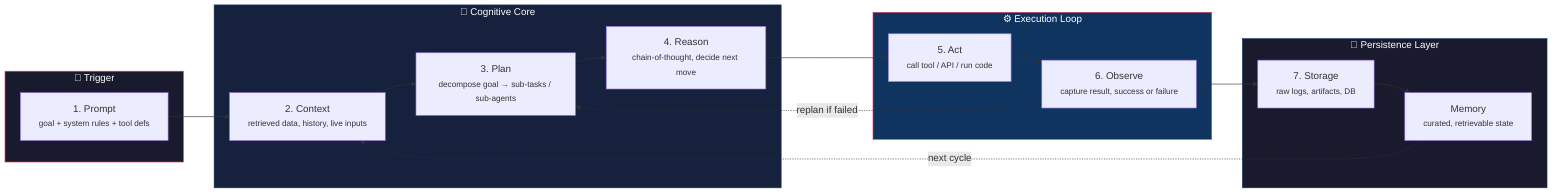
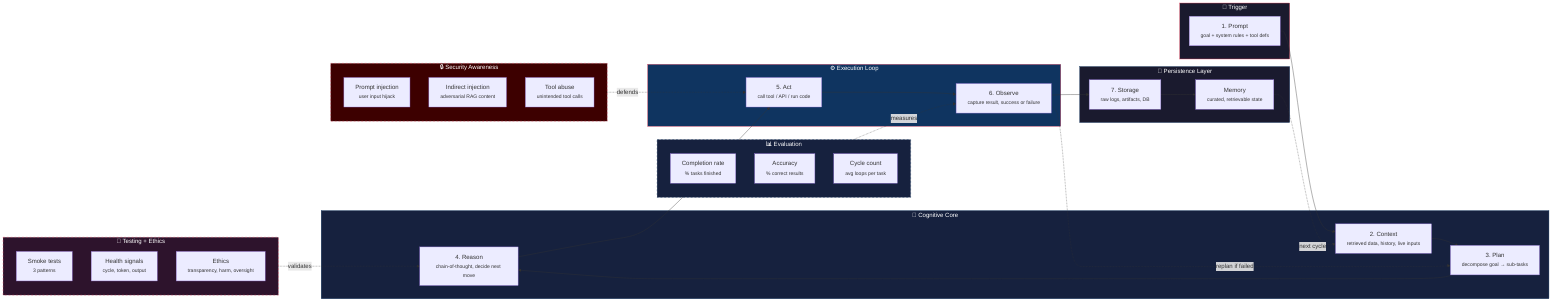
flowchart LR
    subgraph INPUT["🎯 Trigger"]
        A["1. Prompt<br/><small>goal + system rules + tool defs</small>"]
    end

    subgraph COGNITION["🧠 Cognitive Core"]
        B["2. Context<br/><small>retrieved data, history, live inputs</small>"]
-         C["3. Plan<br/><small>decompose goal → sub-tasks / sub-agents</small>"]
+         C["3. Plan<br/><small>decompose goal → sub-tasks</small>"]
        D["4. Reason<br/><small>chain-of-thought, decide next move</small>"]
    end

    subgraph EXECUTION["⚙️ Execution Loop"]
        E["5. Act<br/><small>call tool / API / run code</small>"]
        F["6. Observe<br/><small>capture result, success or failure</small>"]
    end

    subgraph PERSIST["💾 Persistence Layer"]
        G["7. Storage<br/><small>raw logs, artifacts, DB</small>"]
        H["Memory<br/><small>curated, retrievable state</small>"]
    end

+     subgraph SECURITY["🔒 Security Awareness"]
+         S1["Prompt injection<br/><small>user input hijack</small>"]
+         S2["Indirect injection<br/><small>adversarial RAG content</small>"]
+         S3["Tool abuse<br/><small>unintended tool calls</small>"]
+     end
+ 
+     subgraph EVAL["📊 Evaluation"]
+         E1["Completion rate<br/><small>% tasks finished</small>"]
+         E2["Accuracy<br/><small>% correct results</small>"]
+         E3["Cycle count<br/><small>avg loops per task</small>"]
+     end
+ 
+     subgraph QUALITY["🧪 Testing + Ethics"]
+         T1["Smoke tests<br/><small>3 patterns</small>"]
+         T2["Health signals<br/><small>cycle, token, output</small>"]
+         ETH["Ethics<br/><small>transparency, harm, oversight</small>"]
+     end
+ 
    A --> B --> C --> D --> E --> F
    F --> G
    G --> H
    H -.next cycle.-> B
    F -.replan if failed.-> C

+     SECURITY -.defends.-> E
+     EVAL -.measures.-> F
+     QUALITY -.validates.-> D
+ 
    style INPUT fill:#1a1a2e,color:#fff,stroke:#e94560
    style COGNITION fill:#16213e,color:#fff,stroke:#0f3460
    style EXECUTION fill:#0f3460,color:#fff,stroke:#e94560
    style PERSIST fill:#1a1a2e,color:#fff,stroke:#0f3460
+     style SECURITY fill:#3d0000,color:#fff,stroke:#e94560,stroke-dasharray: 5 5
+     style EVAL fill:#16213e,color:#fff,stroke:#0f3460,stroke-dasharray: 5 5
+     style QUALITY fill:#2d132c,color:#fff,stroke:#e94560,stroke-dasharray: 5 5
